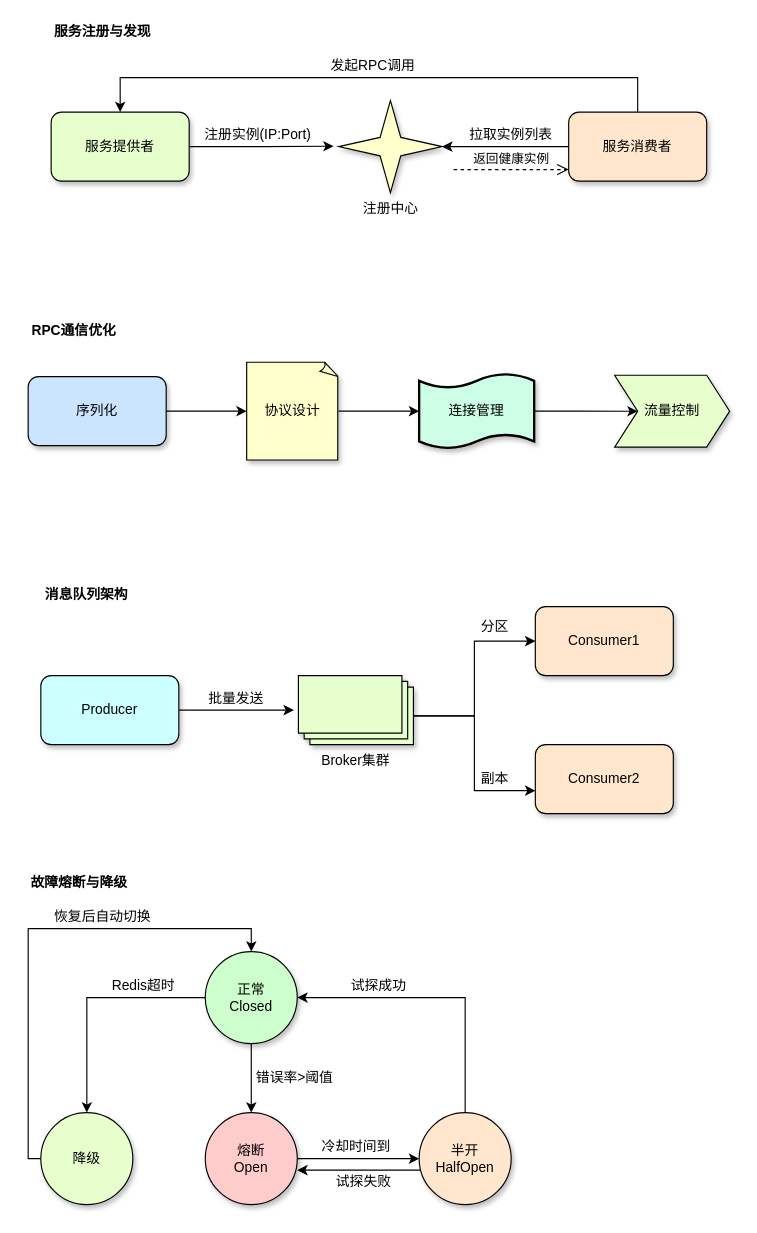
Earlier version of the draw.io diagram achitecture_diagram/服务层-组件.drawio (abigalexy/online_drawing). Source tidied: cells renumbered, new cells numbered last; positions are measured from the earlier drawing's top-left corner, leaving out a move shared by most shapes. Both pictures are drawn from the tidied source at 115%, with x=0, y=0 at pixel (28, 20).
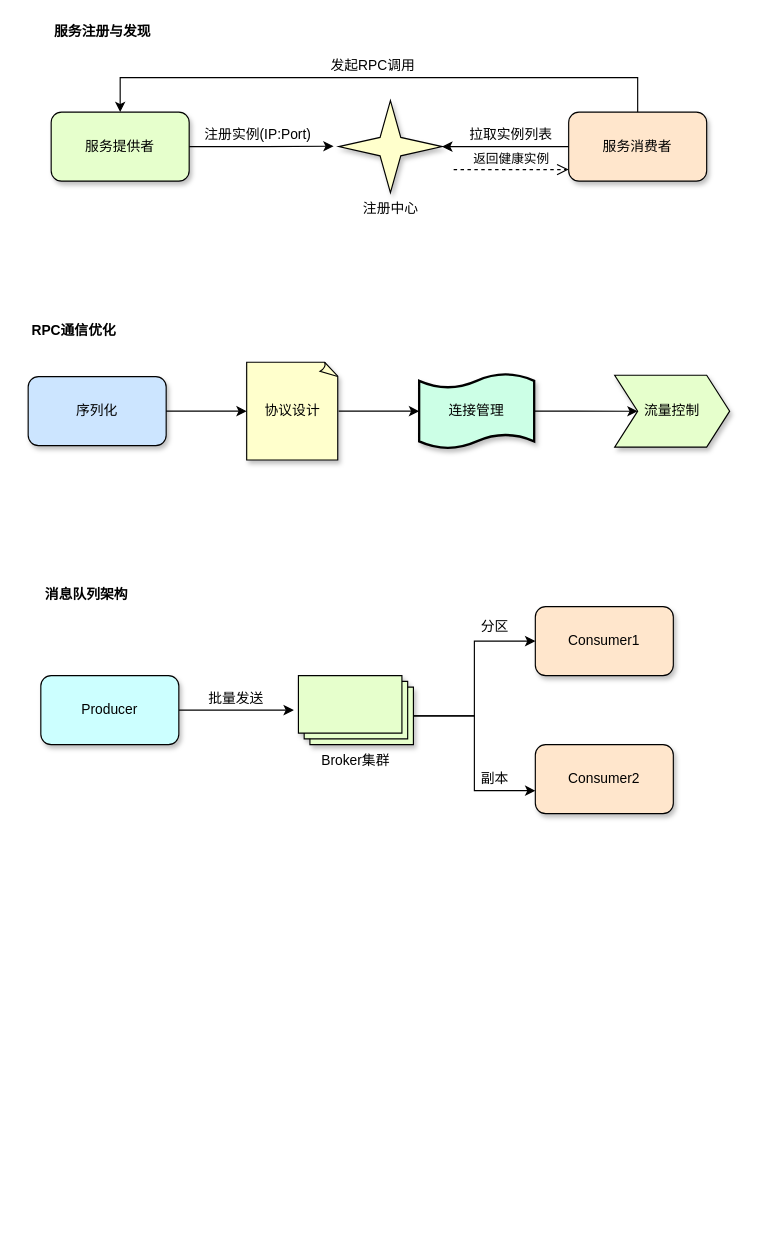
After the change.

Commit message:
更新服务层-组件.drawio

The edit, as a diff of the source:
```diff
@@
-    <mxCell id="35" value="&lt;b&gt;故障熔断与降级&lt;/b&gt;" style="text;strokeColor=none;align=center;fillColor=none;html=1;verticalAlign=middle;whiteSpace=wrap;rounded=0;" parent="1" vertex="1">
-      <mxGeometry y="740" width="89" height="20" as="geometry" />
-    </mxCell>
-    <mxCell id="36" style="group;" parent="1" vertex="1">
-      <mxGeometry y="770" width="420" height="260" as="geometry" />
-    </mxCell>
-    <mxCell id="37" style="edgeStyle=orthogonalEdgeStyle;rounded=0;jettySize=auto;html=1;entryX=0.5;entryY=0;entryDx=0;entryDy=0;" parent="36" edge="1" source="39" target="43">
-      <mxGeometry relative="1" as="geometry" />
-    </mxCell>
-    <mxCell id="38" style="edgeStyle=orthogonalEdgeStyle;rounded=0;jettySize=auto;html=1;entryX=0.5;entryY=0;entryDx=0;entryDy=0;" parent="36" edge="1" source="39" target="41">
-      <mxGeometry relative="1" as="geometry" />
-    </mxCell>
-    <mxCell id="39" value="正常&lt;br&gt;Closed" style="ellipse;whiteSpace=wrap;html=1;fillColor=#CCFFCC;shadow=1;" parent="36" vertex="1">
-      <mxGeometry x="154" y="40" width="80" height="80" as="geometry" />
-    </mxCell>
-    <mxCell id="40" style="edgeStyle=orthogonalEdgeStyle;rounded=0;jettySize=auto;html=1;entryX=0.5;entryY=0;entryDx=0;entryDy=0;" parent="36" edge="1" source="41" target="39">
-      <mxGeometry relative="1" as="geometry">
-        <Array as="points">
-          <mxPoint y="220" />
-          <mxPoint y="20" />
-          <mxPoint x="194" y="20" />
-        </Array>
-      </mxGeometry>
-    </mxCell>
-    <mxCell id="41" value="降级" style="ellipse;whiteSpace=wrap;html=1;fillColor=#E6FFCC;shadow=1;" parent="36" vertex="1">
-      <mxGeometry x="11" y="180" width="80" height="80" as="geometry" />
-    </mxCell>
-    <mxCell id="42" style="edgeStyle=orthogonalEdgeStyle;rounded=0;jettySize=auto;html=1;entryX=0;entryY=0.5;entryDx=0;entryDy=0;" parent="36" edge="1" source="43" target="46">
-      <mxGeometry relative="1" as="geometry" />
-    </mxCell>
-    <mxCell id="43" value="熔断&lt;br&gt;Open" style="ellipse;whiteSpace=wrap;html=1;fillColor=#FFCCCC;shadow=1;" parent="36" vertex="1">
-      <mxGeometry x="154" y="180" width="80" height="80" as="geometry" />
-    </mxCell>
-    <mxCell id="44" style="edgeStyle=orthogonalEdgeStyle;rounded=0;orthogonalLoop=1;jettySize=auto;html=1;exitX=0;exitY=0.5;exitDx=0;exitDy=0;entryX=1;entryY=0.5;entryDx=0;entryDy=0;" parent="36" edge="1">
-      <mxGeometry relative="1" as="geometry">
-        <mxPoint x="350" y="230" as="sourcePoint" />
-        <mxPoint x="234" y="230" as="targetPoint" />
-      </mxGeometry>
-    </mxCell>
-    <mxCell id="45" style="edgeStyle=orthogonalEdgeStyle;rounded=0;jettySize=auto;html=1;exitX=0.5;exitY=0;exitDx=0;exitDy=0;entryX=1;entryY=0.5;entryDx=0;entryDy=0;" parent="36" edge="1" source="46" target="39">
-      <mxGeometry relative="1" as="geometry" />
-    </mxCell>
-    <mxCell id="46" value="半开&lt;br&gt;HalfOpen" style="ellipse;whiteSpace=wrap;html=1;fillColor=#FFE6CC;shadow=1;" parent="36" vertex="1">
-      <mxGeometry x="340" y="180" width="80" height="80" as="geometry" />
-    </mxCell>
-    <mxCell id="47" value="Redis超时" style="text;strokeColor=none;align=center;fillColor=none;html=1;verticalAlign=middle;whiteSpace=wrap;rounded=0;" parent="36" vertex="1">
-      <mxGeometry x="70" y="60" width="61" height="20" as="geometry" />
-    </mxCell>
-    <mxCell id="48" value="错误率&amp;gt;阈值" style="text;strokeColor=none;align=center;fillColor=none;html=1;verticalAlign=middle;whiteSpace=wrap;rounded=0;" parent="36" vertex="1">
-      <mxGeometry x="197.2" y="140" width="70" height="20" as="geometry" />
-    </mxCell>
-    <mxCell id="49" value="冷却时间到" style="text;strokeColor=none;align=center;fillColor=none;html=1;verticalAlign=middle;whiteSpace=wrap;rounded=0;" parent="36" vertex="1">
-      <mxGeometry x="252.8" y="200" width="64.5" height="20" as="geometry" />
-    </mxCell>
-    <mxCell id="50" value="试探失败" style="text;strokeColor=none;align=center;fillColor=none;html=1;verticalAlign=middle;whiteSpace=wrap;rounded=0;" parent="36" vertex="1">
-      <mxGeometry x="267.2" y="230" width="50" height="20" as="geometry" />
-    </mxCell>
-    <mxCell id="51" value="试探成功" style="text;strokeColor=none;align=center;fillColor=none;html=1;verticalAlign=middle;whiteSpace=wrap;rounded=0;" parent="36" vertex="1">
-      <mxGeometry x="280" y="60" width="50" height="20" as="geometry" />
-    </mxCell>
-    <mxCell id="52" value="恢复后自动切换" style="text;strokeColor=none;align=center;fillColor=none;html=1;verticalAlign=middle;whiteSpace=wrap;rounded=0;" parent="36" vertex="1">
-      <mxGeometry x="20" width="90" height="20" as="geometry" />
-    </mxCell>
```
